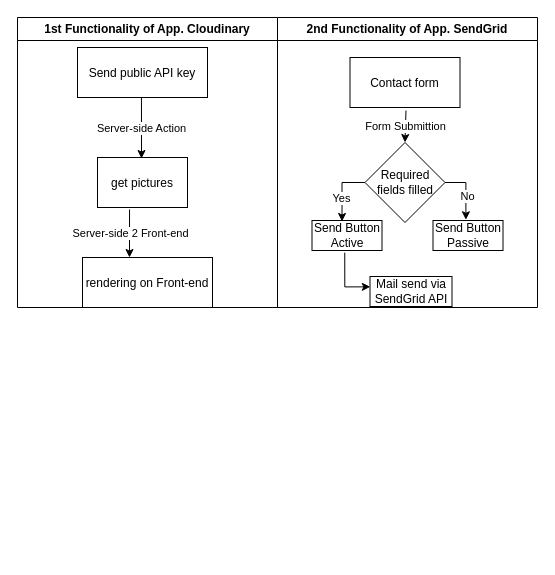
Above: Untitled Diagram.drawio in Dan88Hus/DLBCSPJWD01 (draw.io), before the change. Source tidied: cells renumbered, new cells numbered last; positions are measured from the earlier drawing's top-left corner, leaving out a move shared by most shapes. Both pictures are drawn from the tidied source at 100%, with x=0, y=0 at pixel (17, 17).
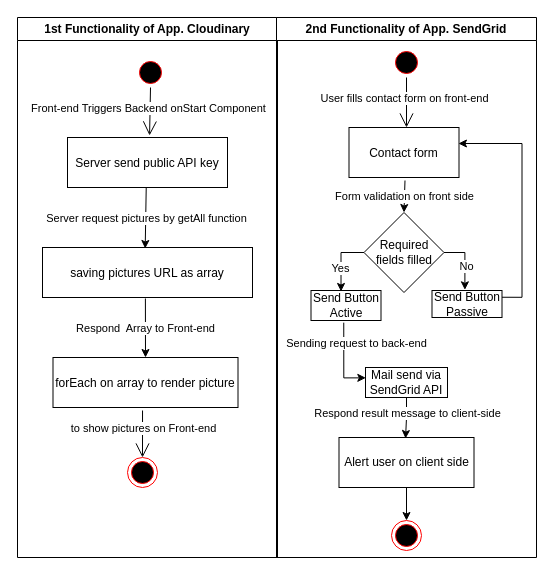
The same page after the edit.

Unchanged cells that the change refers to:
```xml
<mxCell id="8" style="endArrow=classic;html=1;rounded=0;entryX=0.489;entryY=0.02;entryDx=0;entryDy=0;entryPerimeter=0;exitX=0.492;exitY=1;exitDx=0;exitDy=0;exitPerimeter=0;" parent="2" edge="1" source="7" target="3">
  <mxGeometry relative="1" as="geometry" />
</mxCell>
<mxCell id="14" style="endArrow=classic;html=1;rounded=0;entryX=0.5;entryY=0;entryDx=0;entryDy=0;exitX=0.509;exitY=1.06;exitDx=0;exitDy=0;exitPerimeter=0;" parent="10" edge="1" source="11" target="13">
  <mxGeometry relative="1" as="geometry" />
</mxCell>
```

The edit, as a diff of the source:
```diff
@@
     <mxCell id="2" value="1st Functionality of App. Cloudinary" style="swimlane;whiteSpace=wrap;" parent="1" vertex="1">
-      <mxGeometry width="260" height="290" as="geometry" />
+      <mxGeometry width="260" height="540" as="geometry" />
     </mxCell>
-    <mxCell id="3" value="get pictures" parent="2" vertex="1">
-      <mxGeometry x="80" y="140" width="90" height="50" as="geometry" />
+    <mxCell id="3" value="saving pictures URL as array" parent="2" vertex="1">
+      <mxGeometry x="25" y="230" width="210" height="50" as="geometry" />
     </mxCell>
-    <mxCell id="4" value="rendering on Front-end" parent="2" vertex="1">
-      <mxGeometry x="65" y="240" width="130" height="50" as="geometry" />
+    <mxCell id="4" value="forEach on array to render picture" parent="2" vertex="1">
+      <mxGeometry x="35.5" y="340" width="185" height="50" as="geometry" />
     </mxCell>
-    <mxCell id="5" style="endArrow=classic;html=1;rounded=0;exitX=0.356;exitY=1.04;exitDx=0;exitDy=0;exitPerimeter=0;" parent="2" edge="1" source="3">
-      <mxGeometry relative="1" as="geometry">
-        <mxPoint x="112" y="240" as="targetPoint" />
-      </mxGeometry>
+    <mxCell id="5" style="endArrow=classic;html=1;rounded=0;exitX=0.49;exitY=1.02;exitDx=0;exitDy=0;exitPerimeter=0;entryX=0.5;entryY=0;entryDx=0;entryDy=0;entryPerimeter=0;" parent="2" edge="1" source="3" target="4">
+      <mxGeometry relative="1" as="geometry" />
     </mxCell>
-    <mxCell id="6" value="Server-side 2 Front-end" style="edgeLabel;html=1;align=center;verticalAlign=middle;" parent="5" vertex="1">
+    <mxCell id="6" value="Respond&amp;nbsp; Array to Front-end" style="edgeLabel;html=1;align=center;verticalAlign=middle;" parent="5" vertex="1">
       <mxGeometry relative="1" as="geometry" />
     </mxCell>
-    <mxCell id="7" value="Send public API key" parent="2" vertex="1">
-      <mxGeometry x="60" y="30" width="130" height="50" as="geometry" />
+    <mxCell id="7" value="Server send public API key" parent="2" vertex="1">
+      <mxGeometry x="50" y="120" width="160" height="50" as="geometry" />
     </mxCell>
@@
-    <mxCell id="9" value="Server-side Action" style="edgeLabel;html=1;align=center;verticalAlign=middle;" parent="8" vertex="1">
+    <mxCell id="9" value="Server request pictures by getAll function" style="edgeLabel;html=1;align=center;verticalAlign=middle;" parent="8" vertex="1">
       <mxGeometry relative="1" as="geometry" />
     </mxCell>
+    <mxCell id="23" style="ellipse;html=1;shape=startState;fillColor=#000000;strokeColor=#ff0000;" parent="2" vertex="1">
+      <mxGeometry x="118" y="40" width="30" height="30" as="geometry" />
+    </mxCell>
+    <mxCell id="24" style="endArrow=open;endFill=1;endSize=12;html=1;rounded=0;exitX=0.5;exitY=1;exitDx=0;exitDy=0;entryX=0.513;entryY=-0.04;entryDx=0;entryDy=0;entryPerimeter=0;" parent="2" edge="1" source="23" target="7">
+      <mxGeometry relative="1" as="geometry" />
+    </mxCell>
+    <mxCell id="25" value="Front-end Triggers Backend onStart Component" style="edgeLabel;html=1;align=center;verticalAlign=middle;" parent="2" vertex="1">
+      <mxGeometry x="130" y="90" as="geometry" />
+    </mxCell>
+    <mxCell id="26" style="ellipse;html=1;shape=endState;fillColor=#000000;strokeColor=#ff0000;" parent="2" vertex="1">
+      <mxGeometry x="110" y="440" width="30" height="30" as="geometry" />
+    </mxCell>
+    <mxCell id="27" style="endArrow=open;endFill=1;endSize=12;html=1;rounded=0;exitX=0.484;exitY=1.06;exitDx=0;exitDy=0;exitPerimeter=0;entryX=0.5;entryY=0;entryDx=0;entryDy=0;" parent="2" edge="1" source="4" target="26">
+      <mxGeometry relative="1" as="geometry" />
+    </mxCell>
+    <mxCell id="28" value="to show pictures on Front-end" style="edgeLabel;html=1;align=center;verticalAlign=middle;" parent="2" vertex="1">
+      <mxGeometry x="125" y="410" as="geometry" />
+    </mxCell>
     <mxCell id="10" value="2nd Functionality of App. SendGrid" style="swimlane;whiteSpace=wrap;" parent="1" vertex="1">
-      <mxGeometry x="260" width="260" height="290" as="geometry" />
+      <mxGeometry x="259" width="260" height="540" as="geometry" />
     </mxCell>
     <mxCell id="11" value="Contact form" parent="10" vertex="1">
-      <mxGeometry x="72.5" y="40" width="110" height="50" as="geometry" />
+      <mxGeometry x="72.5" y="110" width="110" height="50" as="geometry" />
     </mxCell>
@@
     <mxCell id="13" value="Required fields filled" style="rhombus;whiteSpace=wrap;html=1;" parent="10" vertex="1">
-      <mxGeometry x="87.5" y="125" width="80" height="80" as="geometry" />
+      <mxGeometry x="87.5" y="195" width="80" height="80" as="geometry" />
     </mxCell>
@@
-    <mxCell id="15" value="Form Submittion" style="edgeLabel;html=1;align=center;verticalAlign=middle;" parent="14" vertex="1">
+    <mxCell id="15" value="Form validation on front side" style="edgeLabel;html=1;align=center;verticalAlign=middle;" parent="14" vertex="1">
       <mxGeometry relative="1" as="geometry" />
     </mxCell>
@@
     <mxCell id="17" value="Send Button Active" style="rounded=0;whiteSpace=wrap;html=1;" parent="10" vertex="1">
-      <mxGeometry x="34.5" y="203" width="70" height="30" as="geometry" />
+      <mxGeometry x="34.5" y="273" width="70" height="30" as="geometry" />
     </mxCell>
     <mxCell id="18" style="endArrow=classic;html=1;rounded=0;entryX=0.429;entryY=0.033;entryDx=0;entryDy=0;exitX=0;exitY=0.5;exitDx=0;exitDy=0;entryPerimeter=0;" parent="10" edge="1" source="13" target="17">
       <mxGeometry relative="1" as="geometry">
         <Array as="points">
-          <mxPoint x="64.5" y="165" />
+          <mxPoint x="64.5" y="235" />
         </Array>
       </mxGeometry>
     </mxCell>
@@
+    <mxCell id="29" style="edgeStyle=orthogonalEdgeStyle;rounded=0;jettySize=auto;html=1;entryX=0.995;entryY=0.32;entryDx=0;entryDy=0;entryPerimeter=0;exitX=1;exitY=0.25;exitDx=0;exitDy=0;" parent="10" edge="1" source="20" target="11">
+      <mxGeometry relative="1" as="geometry" />
+    </mxCell>
     <mxCell id="20" value="Send Button Passive" style="rounded=0;whiteSpace=wrap;html=1;" parent="10" vertex="1">
-      <mxGeometry x="155.5" y="203" width="70" height="30" as="geometry" />
+      <mxGeometry x="155.5" y="273" width="70" height="27" as="geometry" />
     </mxCell>
     <mxCell id="21" value="No" style="edgeLabel;html=1;align=center;verticalAlign=middle;" parent="10" vertex="1">
-      <mxGeometry x="179.5" y="182.2" as="geometry">
+      <mxGeometry x="179.5" y="252.2" as="geometry">
         <mxPoint x="10" y="-4" as="offset" />
       </mxGeometry>
     </mxCell>
+    <mxCell id="30" style="edgeStyle=orthogonalEdgeStyle;rounded=0;jettySize=auto;html=1;entryX=0.493;entryY=0.02;entryDx=0;entryDy=0;entryPerimeter=0;" parent="10" edge="1" source="22" target="37">
+      <mxGeometry relative="1" as="geometry" />
+    </mxCell>
     <mxCell id="22" value="Mail send via SendGrid API" style="rounded=0;whiteSpace=wrap;html=1;" parent="10" vertex="1">
-      <mxGeometry x="92.5" y="259" width="82" height="30" as="geometry" />
+      <mxGeometry x="89" y="350" width="82" height="30" as="geometry" />
     </mxCell>
+    <mxCell id="31" style="ellipse;html=1;shape=startState;fillColor=#000000;strokeColor=#ff0000;" parent="10" vertex="1">
+      <mxGeometry x="115" y="30" width="30" height="30" as="geometry" />
+    </mxCell>
+    <mxCell id="32" style="endArrow=open;endFill=1;endSize=12;html=1;rounded=0;exitX=0.5;exitY=1;exitDx=0;exitDy=0;" parent="10" edge="1" source="31">
+      <mxGeometry relative="1" as="geometry">
+        <mxPoint x="130" y="110" as="targetPoint" />
+      </mxGeometry>
+    </mxCell>
+    <mxCell id="33" value="User fills contact form on front-end" style="edgeLabel;html=1;align=center;verticalAlign=middle;" parent="10" vertex="1">
+      <mxGeometry x="127" y="80" as="geometry" />
+    </mxCell>
+    <mxCell id="34" value="Sending request to back-end" style="edgeLabel;html=1;align=center;verticalAlign=middle;" parent="10" vertex="1">
+      <mxGeometry x="69.5" y="329" as="geometry">
+        <mxPoint x="10" y="-4" as="offset" />
+      </mxGeometry>
+    </mxCell>
+    <mxCell id="35" value="Respond result message to client-side" style="edgeLabel;html=1;align=center;verticalAlign=middle;" parent="10" vertex="1">
+      <mxGeometry x="120" y="399" as="geometry">
+        <mxPoint x="10" y="-4" as="offset" />
+      </mxGeometry>
+    </mxCell>
+    <mxCell id="36" style="edgeStyle=orthogonalEdgeStyle;rounded=0;jettySize=auto;html=1;entryX=0.5;entryY=0;entryDx=0;entryDy=0;" parent="10" edge="1" source="37" target="38">
+      <mxGeometry relative="1" as="geometry" />
+    </mxCell>
+    <mxCell id="37" value="Alert user on client side" style="html=1;" parent="10" vertex="1">
+      <mxGeometry x="62.5" y="420" width="135" height="50" as="geometry" />
+    </mxCell>
+    <mxCell id="38" style="ellipse;html=1;shape=endState;fillColor=#000000;strokeColor=#ff0000;" parent="10" vertex="1">
+      <mxGeometry x="115" y="503" width="30" height="30" as="geometry" />
+    </mxCell>
```
